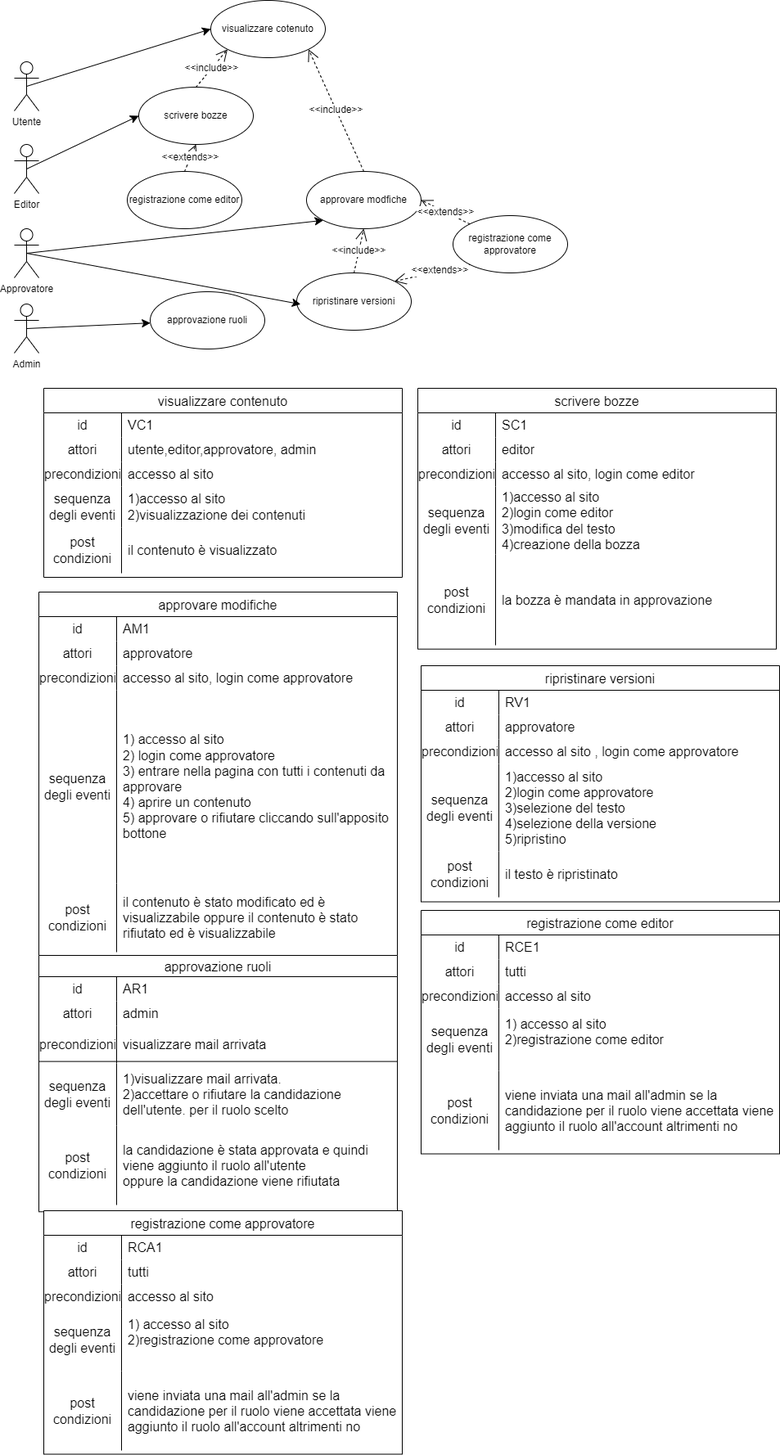
The draw.io diagram assets/schemas/Casi d'uso.drawio.png in AngeloRipamonti/5C_WikiStudenti_DiDonnaKotisRipamontiTacconi, before a commit. Source tidied: cells renumbered, new cells last; positions are measured from the earlier drawing's top-left corner, leaving out a move shared by most shapes.
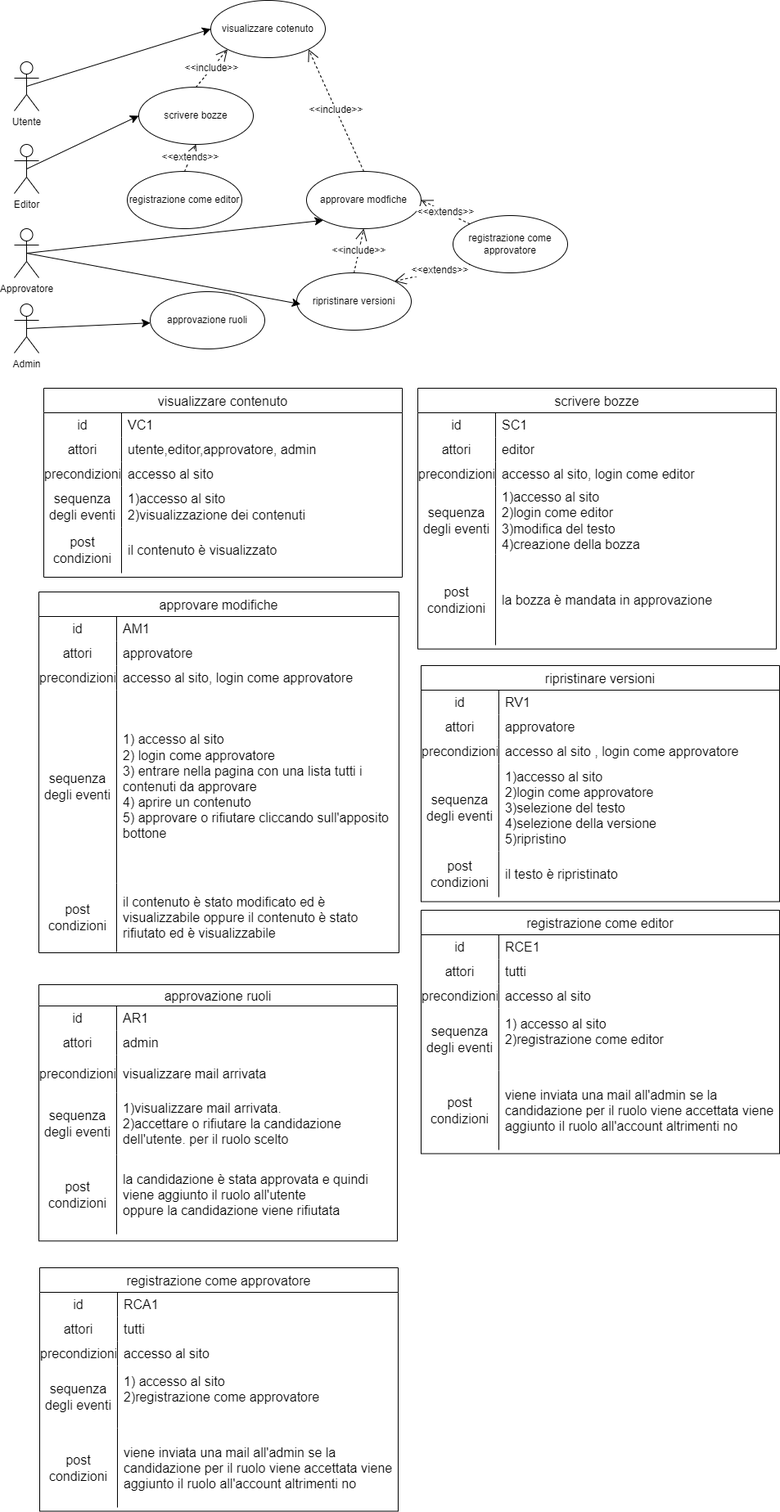
After the change.

Commit message:
use case

Diff of the diagram source:
```diff
@@ -150,52 +150,52 @@
       <mxGeometry x="95" width="343" height="111" as="geometry" />
     </mxCell>
     <mxCell id="51" value="approvare modifiche" style="shape=table;startSize=30;rowLines=0;fontStyle=0;strokeColor=default;fontSize=16;" parent="1" vertex="1">
-      <mxGeometry x="30" y="723" width="438" height="573.6" as="geometry" />
+      <mxGeometry x="30" y="723" width="440" height="441" as="geometry" />
     </mxCell>
     <mxCell id="52" style="shape=tableRow;horizontal=0;startSize=0;swimlaneHead=0;swimlaneBody=0;top=0;left=0;bottom=0;right=0;fillColor=none;strokeColor=inherit;fontSize=16;" parent="51" vertex="1">
-      <mxGeometry y="30" width="438" height="30" as="geometry" />
+      <mxGeometry y="30" width="440" height="30" as="geometry" />
     </mxCell>
     <mxCell id="53" value="id" style="shape=partialRectangle;html=1;whiteSpace=wrap;fillColor=none;top=0;left=0;bottom=0;right=0;overflow=hidden;strokeColor=inherit;fontSize=16;" parent="52" vertex="1">
       <mxGeometry width="95" height="30" as="geometry" />
     </mxCell>
     <mxCell id="54" value="AM1" style="shape=partialRectangle;html=1;whiteSpace=wrap;fillColor=none;top=0;left=0;bottom=0;right=0;align=left;spacingLeft=6;overflow=hidden;strokeColor=inherit;fontSize=16;" parent="52" vertex="1">
-      <mxGeometry x="95" width="343" height="30" as="geometry" />
+      <mxGeometry x="95" width="345" height="30" as="geometry" />
     </mxCell>
     <mxCell id="55" style="shape=tableRow;horizontal=0;startSize=0;swimlaneHead=0;swimlaneBody=0;top=0;left=0;bottom=0;right=0;fillColor=none;strokeColor=inherit;fontSize=16;" parent="51" vertex="1">
-      <mxGeometry y="60" width="438" height="30" as="geometry" />
+      <mxGeometry y="60" width="440" height="30" as="geometry" />
     </mxCell>
     <mxCell id="56" value="attori" style="shape=partialRectangle;html=1;whiteSpace=wrap;fillColor=none;top=0;left=0;bottom=0;right=0;overflow=hidden;strokeColor=inherit;fontSize=16;" parent="55" vertex="1">
       <mxGeometry width="95" height="30" as="geometry" />
     </mxCell>
     <mxCell id="57" value="approvatore" style="shape=partialRectangle;html=1;whiteSpace=wrap;fillColor=none;top=0;left=0;bottom=0;right=0;align=left;spacingLeft=6;overflow=hidden;strokeColor=inherit;fontSize=16;" parent="55" vertex="1">
-      <mxGeometry x="95" width="343" height="30" as="geometry" />
+      <mxGeometry x="95" width="345" height="30" as="geometry" />
     </mxCell>
     <mxCell id="58" style="shape=tableRow;horizontal=0;startSize=0;swimlaneHead=0;swimlaneBody=0;top=0;left=0;bottom=0;right=0;fillColor=none;strokeColor=inherit;fontSize=16;" parent="51" vertex="1">
-      <mxGeometry y="90" width="438" height="30" as="geometry" />
+      <mxGeometry y="90" width="440" height="30" as="geometry" />
     </mxCell>
     <mxCell id="59" value="precondizioni" style="shape=partialRectangle;html=1;whiteSpace=wrap;fillColor=none;top=0;left=0;bottom=0;right=0;overflow=hidden;strokeColor=inherit;fontSize=16;" parent="58" vertex="1">
       <mxGeometry width="95" height="30" as="geometry" />
     </mxCell>
     <mxCell id="60" value="accesso al sito, login come approvatore" style="shape=partialRectangle;html=1;whiteSpace=wrap;fillColor=none;top=0;left=0;bottom=0;right=0;align=left;spacingLeft=6;overflow=hidden;strokeColor=inherit;fontSize=16;" parent="58" vertex="1">
-      <mxGeometry x="95" width="343" height="30" as="geometry" />
+      <mxGeometry x="95" width="345" height="30" as="geometry" />
     </mxCell>
     <mxCell id="61" style="shape=tableRow;horizontal=0;startSize=0;swimlaneHead=0;swimlaneBody=0;top=0;left=0;bottom=0;right=0;fillColor=none;strokeColor=inherit;fontSize=16;" parent="51" vertex="1">
-      <mxGeometry y="120" width="438" height="236" as="geometry" />
+      <mxGeometry y="120" width="440" height="236" as="geometry" />
     </mxCell>
     <mxCell id="62" value="sequenza degli eventi" style="shape=partialRectangle;html=1;whiteSpace=wrap;fillColor=none;top=0;left=0;bottom=0;right=0;overflow=hidden;strokeColor=inherit;fontSize=16;" parent="61" vertex="1">
       <mxGeometry width="95" height="236" as="geometry" />
     </mxCell>
-    <mxCell id="63" value="1) accesso al sito&lt;div&gt;2) login come approvatore&lt;/div&gt;&lt;div&gt;3) entrare nella pagina con tutti i contenuti da approvare&lt;/div&gt;&lt;div&gt;4) aprire un contenuto&amp;nbsp;&lt;/div&gt;&lt;div&gt;5) approvare o rifiutare cliccando sull'apposito bottone&lt;/div&gt;" style="shape=partialRectangle;html=1;whiteSpace=wrap;fillColor=none;top=0;left=0;bottom=0;right=0;align=left;spacingLeft=6;overflow=hidden;strokeColor=inherit;fontSize=16;" parent="61" vertex="1">
-      <mxGeometry x="95" width="343" height="236" as="geometry" />
+    <mxCell id="63" value="1) accesso al sito&lt;div&gt;2) login come approvatore&lt;/div&gt;&lt;div&gt;3) entrare nella pagina con una lista tutti i contenuti da approvare&lt;/div&gt;&lt;div&gt;4) aprire un contenuto&amp;nbsp;&lt;/div&gt;&lt;div&gt;5) approvare o rifiutare cliccando sull'apposito bottone&lt;/div&gt;" style="shape=partialRectangle;html=1;whiteSpace=wrap;fillColor=none;top=0;left=0;bottom=0;right=0;align=left;spacingLeft=6;overflow=hidden;strokeColor=inherit;fontSize=16;" parent="61" vertex="1">
+      <mxGeometry x="95" width="345" height="236" as="geometry" />
     </mxCell>
     <mxCell id="64" style="shape=tableRow;horizontal=0;startSize=0;swimlaneHead=0;swimlaneBody=0;top=0;left=0;bottom=0;right=0;fillColor=none;strokeColor=inherit;fontSize=16;" parent="51" vertex="1">
-      <mxGeometry y="356" width="438" height="84" as="geometry" />
+      <mxGeometry y="356" width="440" height="84" as="geometry" />
     </mxCell>
     <mxCell id="65" value="post condizioni" style="shape=partialRectangle;html=1;whiteSpace=wrap;fillColor=none;top=0;left=0;bottom=0;right=0;overflow=hidden;strokeColor=inherit;fontSize=16;" parent="64" vertex="1">
       <mxGeometry width="95" height="84" as="geometry" />
     </mxCell>
     <mxCell id="66" value="il contenuto è stato modificato ed è visualizzabile oppure il contenuto è stato rifiutato ed è visualizzabile" style="shape=partialRectangle;html=1;whiteSpace=wrap;fillColor=none;top=0;left=0;bottom=0;right=0;align=left;spacingLeft=6;overflow=hidden;strokeColor=inherit;fontSize=16;" parent="64" vertex="1">
-      <mxGeometry x="95" width="343" height="84" as="geometry" />
+      <mxGeometry x="95" width="345" height="84" as="geometry" />
     </mxCell>
     <mxCell id="67" value="ripristinare versioni" style="shape=table;startSize=30;rowLines=0;fontStyle=0;strokeColor=default;fontSize=16;" parent="1" vertex="1">
       <mxGeometry x="497" y="813" width="438" height="288.5" as="geometry" />
@@ -246,7 +246,7 @@
       <mxGeometry x="95" width="343" height="56" as="geometry" />
     </mxCell>
     <mxCell id="83" value="approvazione ruoli" style="shape=table;startSize=26;rowLines=0;fontStyle=0;strokeColor=default;fontSize=16;" parent="1" vertex="1">
-      <mxGeometry x="30" y="1167" width="438" height="313.3" as="geometry" />
+      <mxGeometry x="30" y="1203" width="438" height="313.3" as="geometry" />
     </mxCell>
     <mxCell id="84" style="shape=tableRow;horizontal=0;startSize=0;swimlaneHead=0;swimlaneBody=0;top=0;left=0;bottom=0;right=0;fillColor=none;strokeColor=inherit;fontSize=16;" parent="83" vertex="1">
       <mxGeometry y="26" width="438" height="30" as="geometry" />
@@ -357,7 +357,7 @@
       <mxGeometry x="95" width="343" height="97" as="geometry" />
     </mxCell>
     <mxCell id="120" value="registrazione come approvatore" style="shape=table;startSize=30;rowLines=0;fontStyle=0;strokeColor=default;fontSize=16;" parent="1" vertex="1">
-      <mxGeometry x="36" y="1479" width="438" height="297.5" as="geometry" />
+      <mxGeometry x="31" y="1549" width="438" height="297.5" as="geometry" />
     </mxCell>
     <mxCell id="121" style="shape=tableRow;horizontal=0;startSize=0;swimlaneHead=0;swimlaneBody=0;top=0;left=0;bottom=0;right=0;fillColor=none;strokeColor=inherit;fontSize=16;" parent="120" vertex="1">
       <mxGeometry y="30" width="438" height="30" as="geometry" />
```
